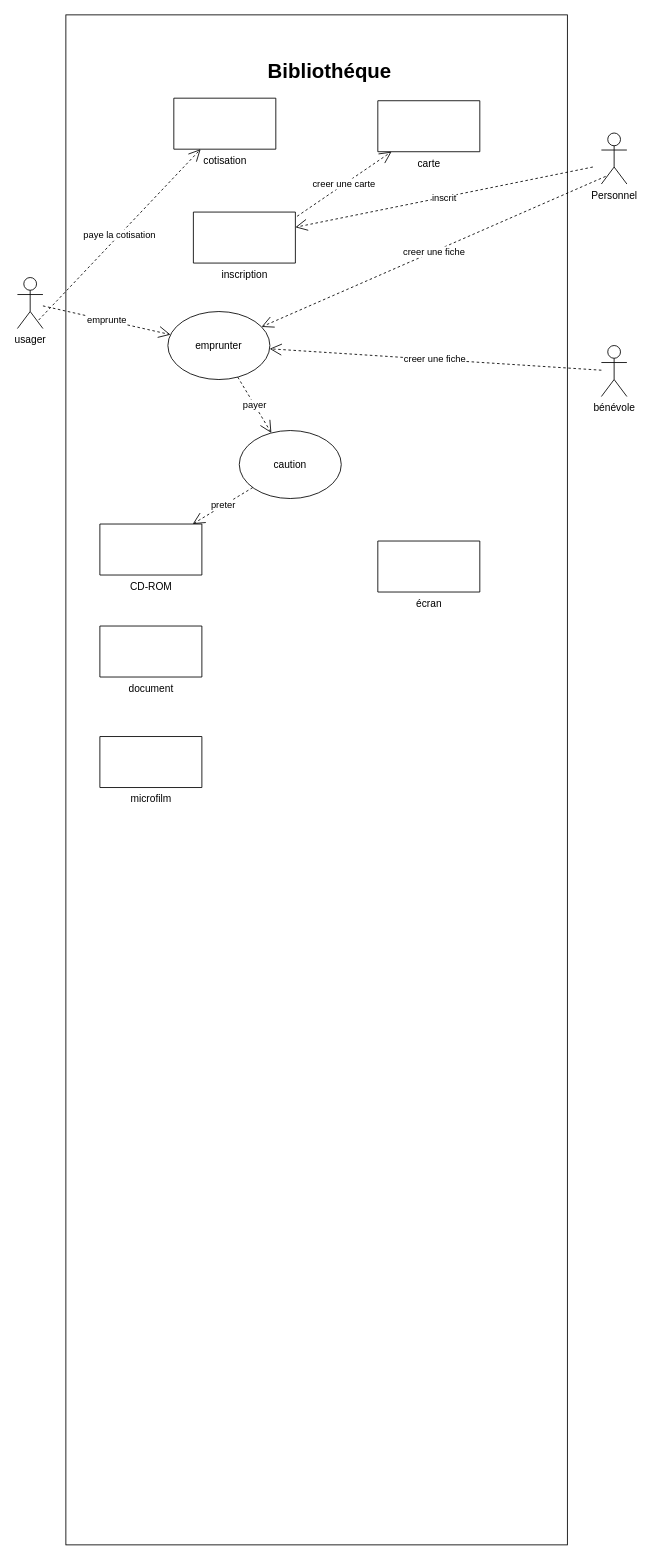
The draw.io diagram maquetter_une_application/UML_Partie_1/Untitled Diagram.drawio in Rustam0-0/cda, before the edit. Source tidied: cells renumbered, new cells numbered last; positions are measured from the earlier drawing's top-left corner, leaving out a move shared by most shapes. Both pictures are drawn from the tidied source at 85%, with x=0, y=0 at pixel (17, 14).
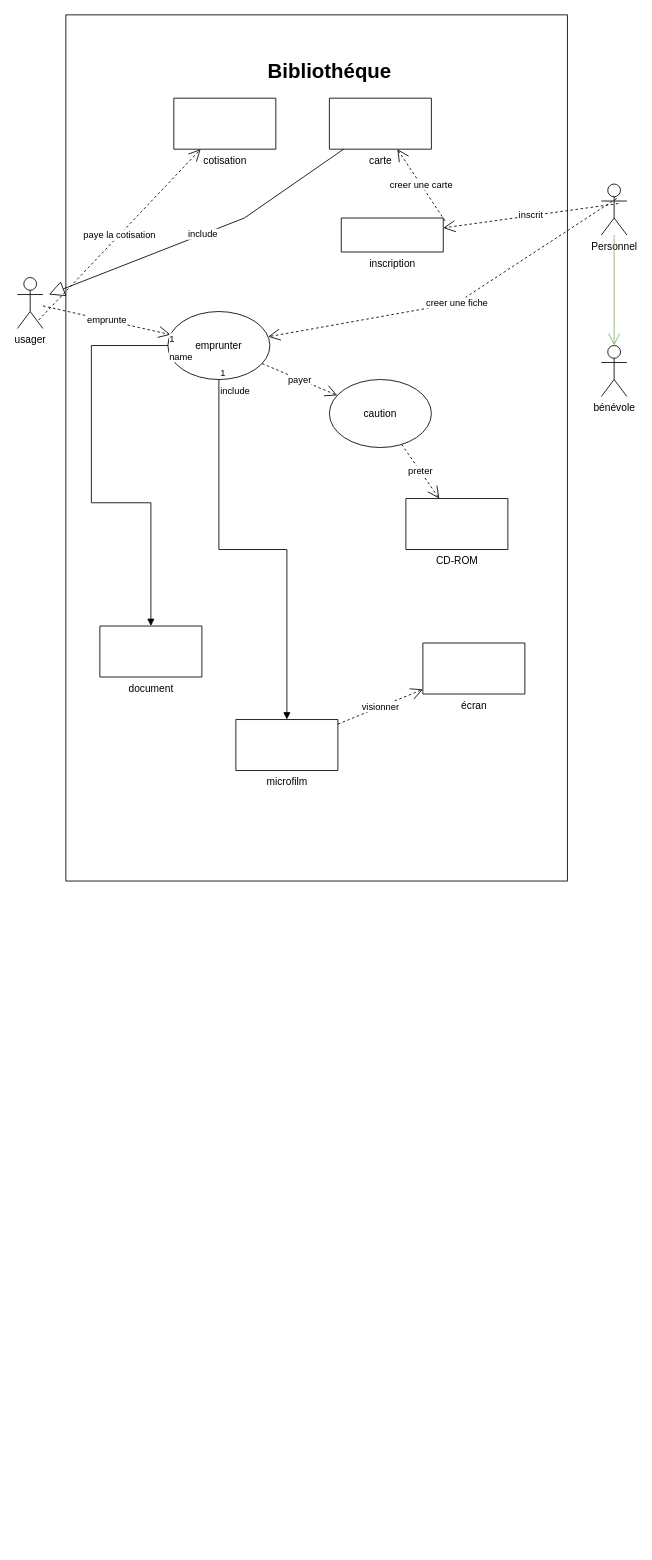
The same page after the edit.

Unchanged cells that the change refers to:
```xml
<mxCell id="6" value="bénévole" style="shape=umlActor;verticalLabelPosition=bottom;verticalAlign=top;html=1;" parent="1" vertex="1">
  <mxGeometry x="687" y="389" width="30" height="60" as="geometry" />
</mxCell>
<mxCell id="11" value="document" style="verticalLabelPosition=bottom;verticalAlign=top;html=1;shape=mxgraph.basic.rect;fillColor2=none;strokeWidth=1;size=20;indent=5;shadow=0;" parent="1" vertex="1">
  <mxGeometry x="97" y="719" width="120" height="60" as="geometry" />
</mxCell>
<mxCell id="20" value="emprunter" style="ellipse;whiteSpace=wrap;html=1;shadow=0;" parent="1" vertex="1">
  <mxGeometry x="177" y="349" width="120" height="80" as="geometry" />
</mxCell>
```

Diff of the diagram source:
```diff
@@
     <mxCell id="2" style="rounded=0;whiteSpace=wrap;html=1;direction=south;" parent="1" vertex="1">
-      <mxGeometry x="57" width="590" height="1800" as="geometry" />
+      <mxGeometry x="57" width="590" height="1019" as="geometry" />
     </mxCell>
@@
     <mxCell id="5" value="Personnel" style="shape=umlActor;verticalLabelPosition=bottom;verticalAlign=top;html=1;" parent="1" vertex="1">
-      <mxGeometry x="687" y="139" width="30" height="60" as="geometry" />
+      <mxGeometry x="687" y="199" width="30" height="60" as="geometry" />
     </mxCell>
@@
     <mxCell id="7" value="inscription" style="verticalLabelPosition=bottom;verticalAlign=top;html=1;shape=mxgraph.basic.rect;fillColor2=none;strokeWidth=1;size=20;indent=5;shadow=0;" parent="1" vertex="1">
-      <mxGeometry x="207" y="232" width="120" height="60" as="geometry" />
+      <mxGeometry x="381" y="239" width="120" height="40" as="geometry" />
     </mxCell>
     <mxCell id="8" value="carte" style="verticalLabelPosition=bottom;verticalAlign=top;html=1;shape=mxgraph.basic.rect;fillColor2=none;strokeWidth=1;size=20;indent=5;shadow=0;" parent="1" vertex="1">
-      <mxGeometry x="424" y="101" width="120" height="60" as="geometry" />
+      <mxGeometry x="367" y="98" width="120" height="60" as="geometry" />
     </mxCell>
@@
     <mxCell id="10" value="CD-ROM" style="verticalLabelPosition=bottom;verticalAlign=top;html=1;shape=mxgraph.basic.rect;fillColor2=none;strokeWidth=1;size=20;indent=5;shadow=0;" parent="1" vertex="1">
-      <mxGeometry x="97" y="599" width="120" height="60" as="geometry" />
+      <mxGeometry x="457" y="569" width="120" height="60" as="geometry" />
     </mxCell>
@@
     <mxCell id="12" value="microfilm" style="verticalLabelPosition=bottom;verticalAlign=top;html=1;shape=mxgraph.basic.rect;fillColor2=none;strokeWidth=1;size=20;indent=5;shadow=0;" parent="1" vertex="1">
-      <mxGeometry x="97" y="849" width="120" height="60" as="geometry" />
+      <mxGeometry x="257" y="829" width="120" height="60" as="geometry" />
     </mxCell>
     <mxCell id="13" value="écran" style="verticalLabelPosition=bottom;verticalAlign=top;html=1;shape=mxgraph.basic.rect;fillColor2=none;strokeWidth=1;size=20;indent=5;shadow=0;" parent="1" vertex="1">
-      <mxGeometry x="424" y="619" width="120" height="60" as="geometry" />
+      <mxGeometry x="477" y="739" width="120" height="60" as="geometry" />
     </mxCell>
-    <mxCell id="14" value="inscrit" style="endArrow=open;endSize=12;dashed=1;html=1;rounded=0;" parent="1" edge="1" target="7">
-      <mxGeometry relative="1" as="geometry">
-        <mxPoint x="677" y="179" as="sourcePoint" />
-      </mxGeometry>
+    <mxCell id="14" value="inscrit" style="endArrow=open;endSize=12;dashed=1;html=1;rounded=0;exitX=0.667;exitY=0.383;exitDx=0;exitDy=0;exitPerimeter=0;" parent="1" edge="1" source="5" target="7">
+      <mxGeometry relative="1" as="geometry" />
     </mxCell>
@@
     <mxCell id="18" value="caution" style="ellipse;whiteSpace=wrap;html=1;shadow=0;" parent="1" vertex="1">
-      <mxGeometry x="261" y="489" width="120" height="80" as="geometry" />
+      <mxGeometry x="367" y="429" width="120" height="80" as="geometry" />
     </mxCell>
@@
-    <mxCell id="22" value="creer une fiche" style="endArrow=open;endSize=12;dashed=1;html=1;rounded=0;exitX=0.167;exitY=0.85;exitDx=0;exitDy=0;exitPerimeter=0;" parent="1" edge="1" source="5" target="20">
-      <mxGeometry relative="1" as="geometry" />
+    <mxCell id="22" value="creer une fiche" style="endArrow=open;endSize=12;dashed=1;html=1;rounded=0;exitX=0.6;exitY=0.283;exitDx=0;exitDy=0;exitPerimeter=0;" parent="1" edge="1" source="5" target="20">
+      <mxGeometry relative="1" as="geometry">
+        <Array as="points">
+          <mxPoint x="517" y="339" />
+        </Array>
+      </mxGeometry>
     </mxCell>
-    <mxCell id="23" value="creer une fiche" style="endArrow=open;endSize=12;dashed=1;html=1;rounded=0;" parent="1" edge="1" source="6" target="20">
-      <mxGeometry relative="1" as="geometry" />
-    </mxCell>
+    <mxCell id="24" style="endArrow=open;endFill=1;endSize=12;html=1;rounded=0;fillColor=#d5e8d4;strokeColor=#82b366;" parent="1" edge="1" source="5" target="6">
+      <mxGeometry relative="1" as="geometry" />
+    </mxCell>
+    <mxCell id="25" value="visionner" style="endArrow=open;endSize=12;dashed=1;html=1;rounded=0;" parent="1" edge="1" source="12" target="13">
+      <mxGeometry relative="1" as="geometry" />
+    </mxCell>
+    <mxCell id="26" value="name" style="endArrow=block;endFill=1;html=1;edgeStyle=orthogonalEdgeStyle;align=left;verticalAlign=top;rounded=0;" parent="1" edge="1" source="20" target="11">
+      <mxGeometry x="-1" relative="1" as="geometry">
+        <Array as="points">
+          <mxPoint x="87" y="389" />
+          <mxPoint x="87" y="574" />
+          <mxPoint x="157" y="574" />
+        </Array>
+      </mxGeometry>
+    </mxCell>
+    <mxCell id="27" value="1" style="edgeLabel;html=1;align=left;verticalAlign=bottom;" parent="26" vertex="1">
+      <mxGeometry x="-1" relative="1" as="geometry" />
+    </mxCell>
+    <mxCell id="28" value="include" style="endArrow=block;endSize=16;endFill=0;html=1;rounded=0;" parent="1" edge="1" source="8">
+      <mxGeometry relative="1" as="geometry">
+        <mxPoint x="37" y="329" as="targetPoint" />
+        <Array as="points">
+          <mxPoint x="267" y="239" />
+        </Array>
+      </mxGeometry>
+    </mxCell>
+    <mxCell id="29" value="include" style="endArrow=block;endFill=1;html=1;edgeStyle=orthogonalEdgeStyle;align=left;verticalAlign=top;rounded=0;" parent="1" edge="1" source="20" target="12">
+      <mxGeometry x="-1" relative="1" as="geometry" />
+    </mxCell>
+    <mxCell id="30" value="1" style="edgeLabel;html=1;align=left;verticalAlign=bottom;" parent="29" vertex="1">
+      <mxGeometry x="-1" relative="1" as="geometry" />
+    </mxCell>
```
